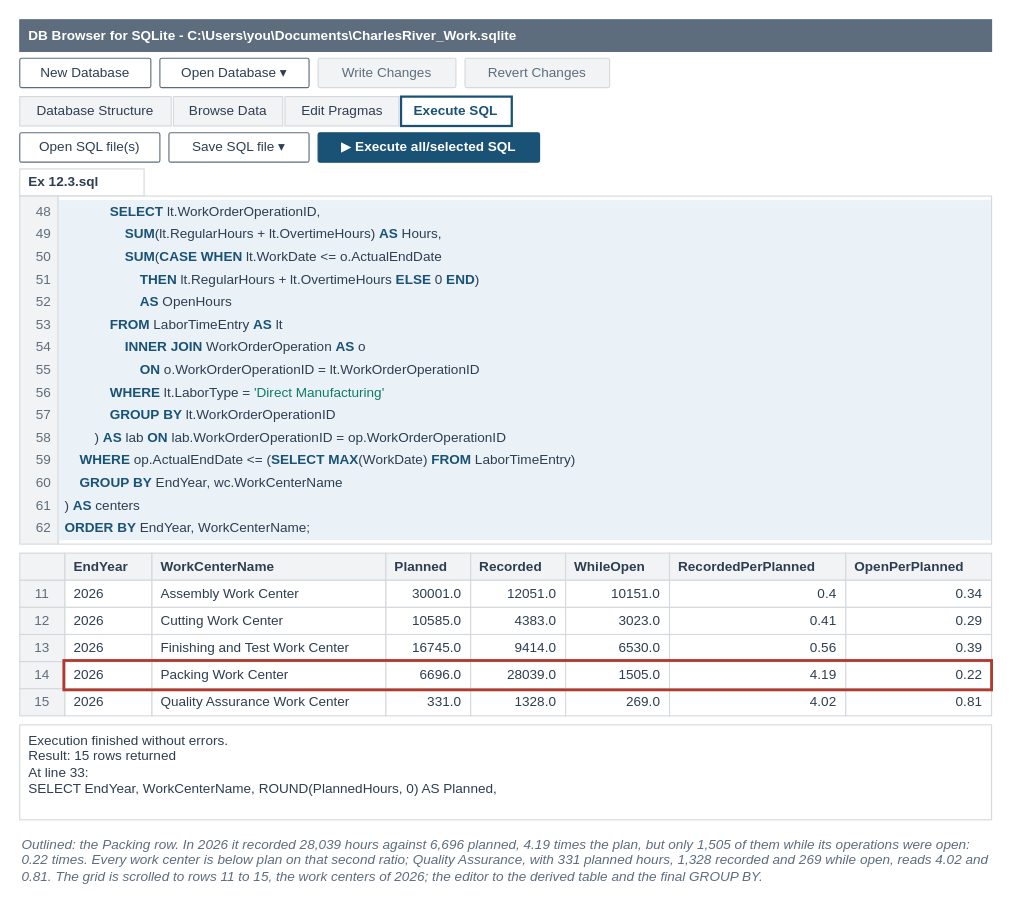
The draw.io diagram facts/instructor/figures/chapter-12-sql-audit-analytics/IF-12-3-A.drawio in mmcodesso/Accounting_Analytics_Book, before the edit. Source tidied: cells renumbered, new cells numbered last; positions are measured from the earlier drawing's top-left corner, leaving out a move shared by most shapes. Both pictures are drawn from the tidied source at 113%, with x=0, y=0 at pixel (19, 19).
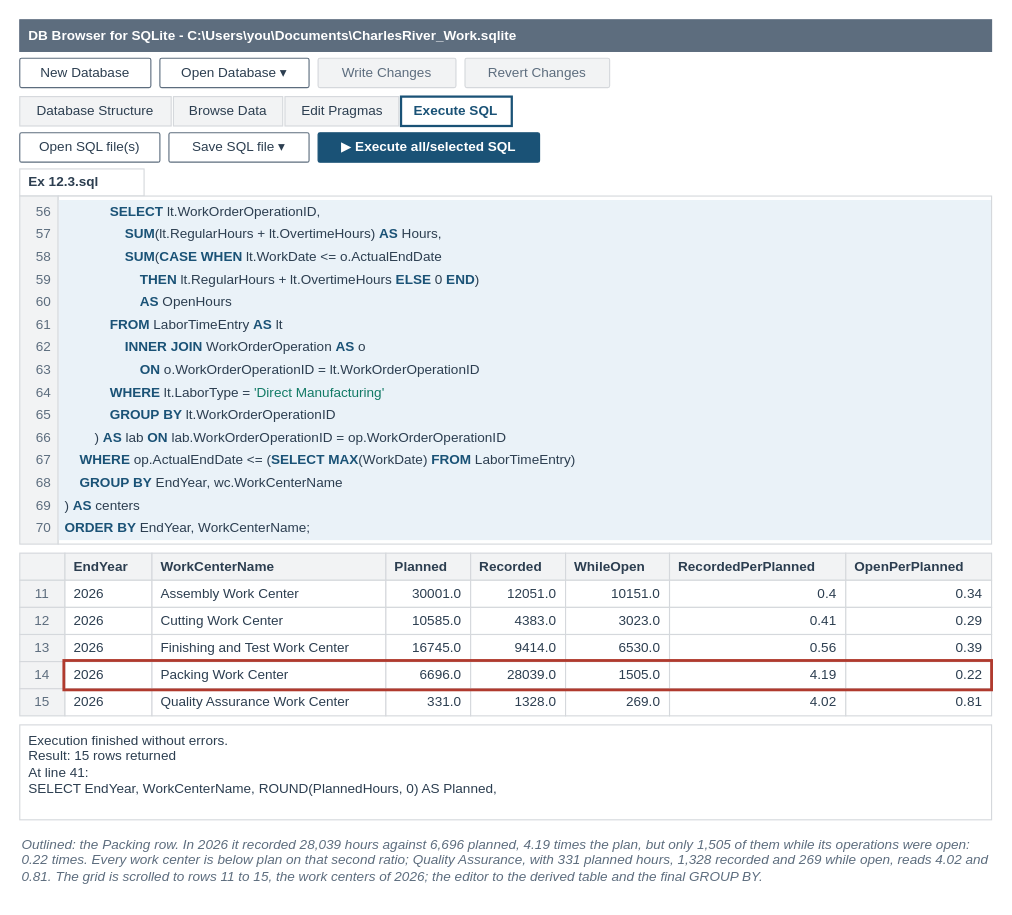
After the change.

Diff of the diagram source:
```diff
@@
-    <mxCell id="19" value="48" style="text;html=1;whiteSpace=wrap;align=right;verticalAlign=middle;fontSize=12;fontColor=#5D6D7E;fontStyle=0;fontFamily=Helvetica;spacing=2;fillColor=none;strokeColor=none;" parent="1" vertex="1">
+    <mxCell id="19" value="56" style="text;html=1;whiteSpace=wrap;align=right;verticalAlign=middle;fontSize=12;fontColor=#5D6D7E;fontStyle=0;fontFamily=Helvetica;spacing=2;fillColor=none;strokeColor=none;" parent="1" vertex="1">
       <mxGeometry y="160" width="30" height="20" as="geometry" />
     </mxCell>
@@
-    <mxCell id="21" value="49" style="text;html=1;whiteSpace=wrap;align=right;verticalAlign=middle;fontSize=12;fontColor=#5D6D7E;fontStyle=0;fontFamily=Helvetica;spacing=2;fillColor=none;strokeColor=none;" parent="1" vertex="1">
+    <mxCell id="21" value="57" style="text;html=1;whiteSpace=wrap;align=right;verticalAlign=middle;fontSize=12;fontColor=#5D6D7E;fontStyle=0;fontFamily=Helvetica;spacing=2;fillColor=none;strokeColor=none;" parent="1" vertex="1">
       <mxGeometry y="180" width="30" height="20" as="geometry" />
     </mxCell>
@@
-    <mxCell id="23" value="50" style="text;html=1;whiteSpace=wrap;align=right;verticalAlign=middle;fontSize=12;fontColor=#5D6D7E;fontStyle=0;fontFamily=Helvetica;spacing=2;fillColor=none;strokeColor=none;" parent="1" vertex="1">
+    <mxCell id="23" value="58" style="text;html=1;whiteSpace=wrap;align=right;verticalAlign=middle;fontSize=12;fontColor=#5D6D7E;fontStyle=0;fontFamily=Helvetica;spacing=2;fillColor=none;strokeColor=none;" parent="1" vertex="1">
       <mxGeometry y="200" width="30" height="20" as="geometry" />
     </mxCell>
@@
-    <mxCell id="25" value="51" style="text;html=1;whiteSpace=wrap;align=right;verticalAlign=middle;fontSize=12;fontColor=#5D6D7E;fontStyle=0;fontFamily=Helvetica;spacing=2;fillColor=none;strokeColor=none;" parent="1" vertex="1">
+    <mxCell id="25" value="59" style="text;html=1;whiteSpace=wrap;align=right;verticalAlign=middle;fontSize=12;fontColor=#5D6D7E;fontStyle=0;fontFamily=Helvetica;spacing=2;fillColor=none;strokeColor=none;" parent="1" vertex="1">
       <mxGeometry y="220" width="30" height="20" as="geometry" />
     </mxCell>
@@
-    <mxCell id="27" value="52" style="text;html=1;whiteSpace=wrap;align=right;verticalAlign=middle;fontSize=12;fontColor=#5D6D7E;fontStyle=0;fontFamily=Helvetica;spacing=2;fillColor=none;strokeColor=none;" parent="1" vertex="1">
+    <mxCell id="27" value="60" style="text;html=1;whiteSpace=wrap;align=right;verticalAlign=middle;fontSize=12;fontColor=#5D6D7E;fontStyle=0;fontFamily=Helvetica;spacing=2;fillColor=none;strokeColor=none;" parent="1" vertex="1">
       <mxGeometry y="240" width="30" height="20" as="geometry" />
     </mxCell>
@@
-    <mxCell id="29" value="53" style="text;html=1;whiteSpace=wrap;align=right;verticalAlign=middle;fontSize=12;fontColor=#5D6D7E;fontStyle=0;fontFamily=Helvetica;spacing=2;fillColor=none;strokeColor=none;" parent="1" vertex="1">
+    <mxCell id="29" value="61" style="text;html=1;whiteSpace=wrap;align=right;verticalAlign=middle;fontSize=12;fontColor=#5D6D7E;fontStyle=0;fontFamily=Helvetica;spacing=2;fillColor=none;strokeColor=none;" parent="1" vertex="1">
       <mxGeometry y="260" width="30" height="20" as="geometry" />
     </mxCell>
@@
-    <mxCell id="31" value="54" style="text;html=1;whiteSpace=wrap;align=right;verticalAlign=middle;fontSize=12;fontColor=#5D6D7E;fontStyle=0;fontFamily=Helvetica;spacing=2;fillColor=none;strokeColor=none;" parent="1" vertex="1">
+    <mxCell id="31" value="62" style="text;html=1;whiteSpace=wrap;align=right;verticalAlign=middle;fontSize=12;fontColor=#5D6D7E;fontStyle=0;fontFamily=Helvetica;spacing=2;fillColor=none;strokeColor=none;" parent="1" vertex="1">
       <mxGeometry y="280" width="30" height="20" as="geometry" />
     </mxCell>
@@
-    <mxCell id="33" value="55" style="text;html=1;whiteSpace=wrap;align=right;verticalAlign=middle;fontSize=12;fontColor=#5D6D7E;fontStyle=0;fontFamily=Helvetica;spacing=2;fillColor=none;strokeColor=none;" parent="1" vertex="1">
+    <mxCell id="33" value="63" style="text;html=1;whiteSpace=wrap;align=right;verticalAlign=middle;fontSize=12;fontColor=#5D6D7E;fontStyle=0;fontFamily=Helvetica;spacing=2;fillColor=none;strokeColor=none;" parent="1" vertex="1">
       <mxGeometry y="300" width="30" height="20" as="geometry" />
     </mxCell>
@@
-    <mxCell id="35" value="56" style="text;html=1;whiteSpace=wrap;align=right;verticalAlign=middle;fontSize=12;fontColor=#5D6D7E;fontStyle=0;fontFamily=Helvetica;spacing=2;fillColor=none;strokeColor=none;" parent="1" vertex="1">
+    <mxCell id="35" value="64" style="text;html=1;whiteSpace=wrap;align=right;verticalAlign=middle;fontSize=12;fontColor=#5D6D7E;fontStyle=0;fontFamily=Helvetica;spacing=2;fillColor=none;strokeColor=none;" parent="1" vertex="1">
       <mxGeometry y="320" width="30" height="20" as="geometry" />
     </mxCell>
@@
-    <mxCell id="37" value="57" style="text;html=1;whiteSpace=wrap;align=right;verticalAlign=middle;fontSize=12;fontColor=#5D6D7E;fontStyle=0;fontFamily=Helvetica;spacing=2;fillColor=none;strokeColor=none;" parent="1" vertex="1">
+    <mxCell id="37" value="65" style="text;html=1;whiteSpace=wrap;align=right;verticalAlign=middle;fontSize=12;fontColor=#5D6D7E;fontStyle=0;fontFamily=Helvetica;spacing=2;fillColor=none;strokeColor=none;" parent="1" vertex="1">
       <mxGeometry y="340" width="30" height="20" as="geometry" />
     </mxCell>
@@
-    <mxCell id="39" value="58" style="text;html=1;whiteSpace=wrap;align=right;verticalAlign=middle;fontSize=12;fontColor=#5D6D7E;fontStyle=0;fontFamily=Helvetica;spacing=2;fillColor=none;strokeColor=none;" parent="1" vertex="1">
+    <mxCell id="39" value="66" style="text;html=1;whiteSpace=wrap;align=right;verticalAlign=middle;fontSize=12;fontColor=#5D6D7E;fontStyle=0;fontFamily=Helvetica;spacing=2;fillColor=none;strokeColor=none;" parent="1" vertex="1">
       <mxGeometry y="360" width="30" height="20" as="geometry" />
     </mxCell>
@@
-    <mxCell id="41" value="59" style="text;html=1;whiteSpace=wrap;align=right;verticalAlign=middle;fontSize=12;fontColor=#5D6D7E;fontStyle=0;fontFamily=Helvetica;spacing=2;fillColor=none;strokeColor=none;" parent="1" vertex="1">
+    <mxCell id="41" value="67" style="text;html=1;whiteSpace=wrap;align=right;verticalAlign=middle;fontSize=12;fontColor=#5D6D7E;fontStyle=0;fontFamily=Helvetica;spacing=2;fillColor=none;strokeColor=none;" parent="1" vertex="1">
       <mxGeometry y="380" width="30" height="20" as="geometry" />
     </mxCell>
@@
-    <mxCell id="43" value="60" style="text;html=1;whiteSpace=wrap;align=right;verticalAlign=middle;fontSize=12;fontColor=#5D6D7E;fontStyle=0;fontFamily=Helvetica;spacing=2;fillColor=none;strokeColor=none;" parent="1" vertex="1">
+    <mxCell id="43" value="68" style="text;html=1;whiteSpace=wrap;align=right;verticalAlign=middle;fontSize=12;fontColor=#5D6D7E;fontStyle=0;fontFamily=Helvetica;spacing=2;fillColor=none;strokeColor=none;" parent="1" vertex="1">
       <mxGeometry y="400" width="30" height="20" as="geometry" />
     </mxCell>
@@
-    <mxCell id="45" value="61" style="text;html=1;whiteSpace=wrap;align=right;verticalAlign=middle;fontSize=12;fontColor=#5D6D7E;fontStyle=0;fontFamily=Helvetica;spacing=2;fillColor=none;strokeColor=none;" parent="1" vertex="1">
+    <mxCell id="45" value="69" style="text;html=1;whiteSpace=wrap;align=right;verticalAlign=middle;fontSize=12;fontColor=#5D6D7E;fontStyle=0;fontFamily=Helvetica;spacing=2;fillColor=none;strokeColor=none;" parent="1" vertex="1">
       <mxGeometry y="420" width="30" height="20" as="geometry" />
     </mxCell>
@@
-    <mxCell id="47" value="62" style="text;html=1;whiteSpace=wrap;align=right;verticalAlign=middle;fontSize=12;fontColor=#5D6D7E;fontStyle=0;fontFamily=Helvetica;spacing=2;fillColor=none;strokeColor=none;" parent="1" vertex="1">
+    <mxCell id="47" value="70" style="text;html=1;whiteSpace=wrap;align=right;verticalAlign=middle;fontSize=12;fontColor=#5D6D7E;fontStyle=0;fontFamily=Helvetica;spacing=2;fillColor=none;strokeColor=none;" parent="1" vertex="1">
       <mxGeometry y="440" width="30" height="20" as="geometry" />
     </mxCell>
@@
-    <mxCell id="97" value="Execution finished without errors.&lt;br&gt;Result: 15 rows returned&lt;br&gt;At line 33:&lt;br&gt;SELECT EndYear, WorkCenterName, ROUND(PlannedHours, 0) AS Planned," style="rounded=0;arcSize=6;whiteSpace=wrap;html=1;fillColor=#FFFFFF;strokeColor=#D5D8DC;strokeWidth=1;fontColor=#2C3E50;fontSize=12;fontStyle=0;align=left;verticalAlign=top;fontFamily=Helvetica;spacingLeft=6;spacingRight=6;" parent="1" vertex="1">
+    <mxCell id="97" value="Execution finished without errors.&lt;br&gt;Result: 15 rows returned&lt;br&gt;At line 41:&lt;br&gt;SELECT EndYear, WorkCenterName, ROUND(PlannedHours, 0) AS Planned," style="rounded=0;arcSize=6;whiteSpace=wrap;html=1;fillColor=#FFFFFF;strokeColor=#D5D8DC;strokeWidth=1;fontColor=#2C3E50;fontSize=12;fontStyle=0;align=left;verticalAlign=top;fontFamily=Helvetica;spacingLeft=6;spacingRight=6;" parent="1" vertex="1">
       <mxGeometry y="624" width="860" height="84" as="geometry" />
     </mxCell>
```
